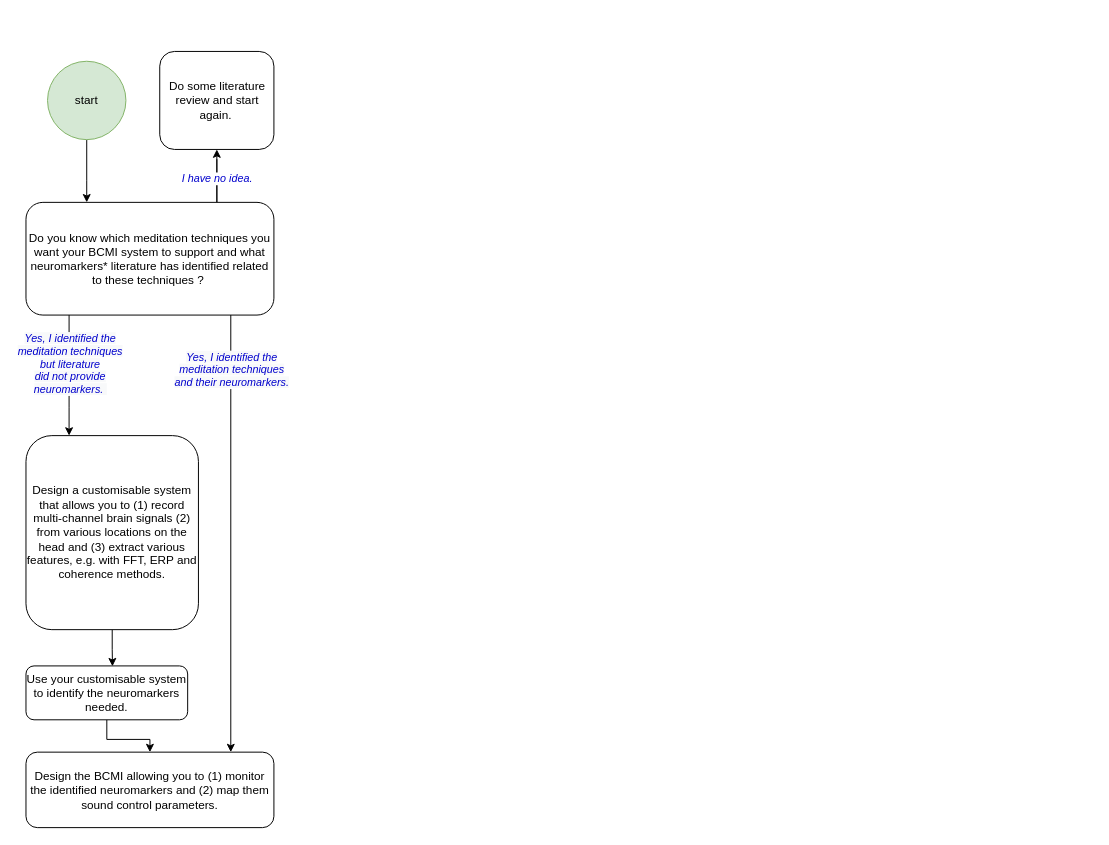
The draw.io diagram bcmi-design-recommendations-flowchart.drawio in khofstadter/bcmi-flowchart, before the edit. Source tidied: cells renumbered, new cells numbered last; positions are measured from the earlier drawing's top-left corner, leaving out a move shared by most shapes. Both pictures are drawn from the tidied source at 98%, with x=0, y=0 at pixel (25, 51).
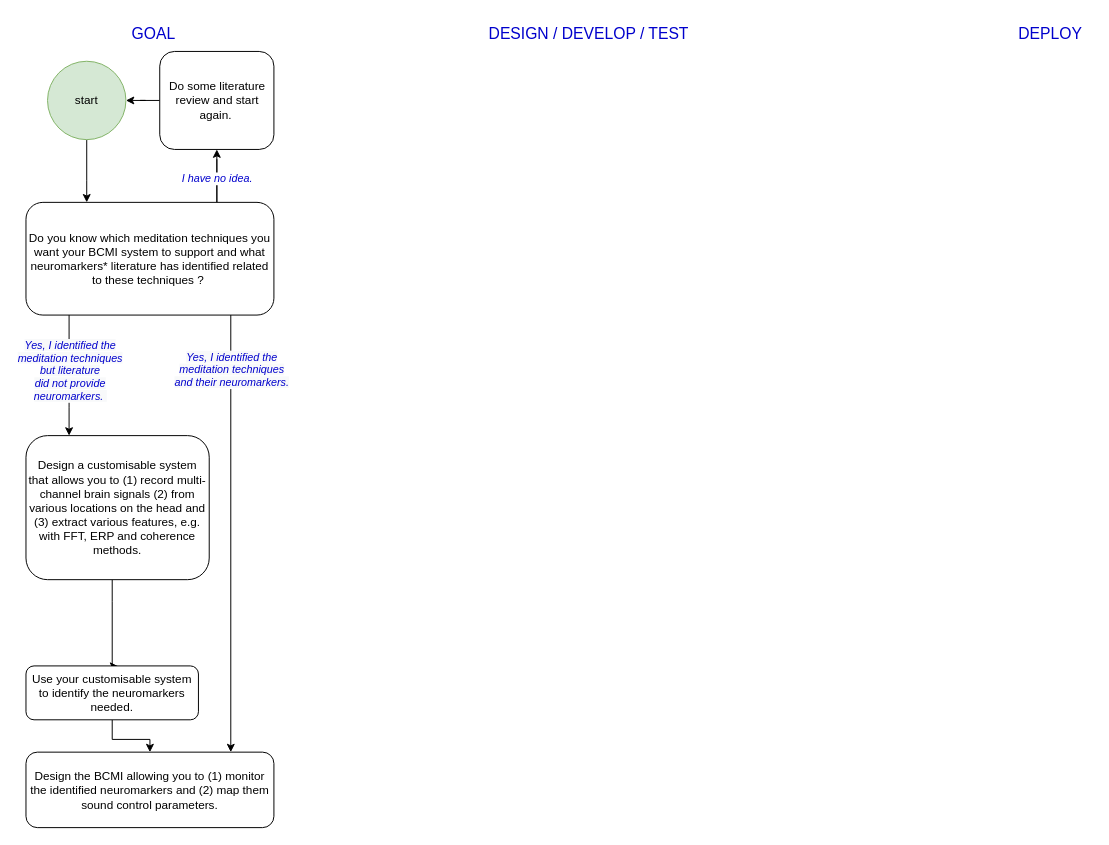
The same diagram, later.

Unchanged cells that the change refers to:
```xml
<mxCell id="3" value="start" style="ellipse;whiteSpace=wrap;html=1;fillColor=#d5e8d4;strokeColor=#82b366;" parent="1" vertex="1">
  <mxGeometry x="22" y="10" width="80" height="80" as="geometry" />
</mxCell>
<mxCell id="6" style="edgeStyle=orthogonalEdgeStyle;rounded=0;jettySize=auto;html=1;fontColor=#0000CC;" parent="1" edge="1" source="10" target="13">
  <mxGeometry relative="1" as="geometry">
    <Array as="points">
      <mxPoint x="44" y="363" />
      <mxPoint x="44" y="363" />
    </Array>
  </mxGeometry>
</mxCell>
<mxCell id="11" value="Do some literature review and start again.&amp;nbsp;" style="rounded=1;whiteSpace=wrap;html=1;shadow=0;glass=0;sketch=0;" parent="1" vertex="1">
  <mxGeometry x="136.5" width="116.5" height="100" as="geometry" />
</mxCell>
```

The edit, as a diff of the source:
```diff
@@
     <mxCell id="7" value="&lt;i style=&quot;background-color: rgb(248, 249, 250); color: rgb(0, 0, 0);&quot;&gt;&lt;font color=&quot;#0000cc&quot;&gt;Yes, I identified the &lt;br&gt;meditation techniques&lt;br&gt;but literature &lt;br&gt;did not provide &lt;br&gt;neuromarkers.&amp;nbsp;&lt;/font&gt;&lt;/i&gt;" style="edgeLabel;html=1;align=center;verticalAlign=middle;fontColor=#0000CC;" parent="6" vertex="1">
       <mxGeometry x="-0.31" relative="1" as="geometry">
-        <mxPoint y="7" as="offset" />
+        <mxPoint y="14" as="offset" />
       </mxGeometry>
     </mxCell>
@@
+    <mxCell id="18" style="edgeStyle=orthogonalEdgeStyle;rounded=0;jettySize=auto;html=1;fontColor=#0000CC;" parent="1" edge="1" source="11" target="3">
+      <mxGeometry relative="1" as="geometry" />
+    </mxCell>
@@
     <mxCell id="12" style="edgeStyle=orthogonalEdgeStyle;rounded=0;jettySize=auto;html=1;entryX=0.535;entryY=0.007;entryDx=0;entryDy=0;entryPerimeter=0;fontColor=#0000CC;" parent="1" edge="1" source="13" target="16">
-      <mxGeometry relative="1" as="geometry" />
+      <mxGeometry relative="1" as="geometry">
+        <Array as="points">
+          <mxPoint x="88" y="561" />
+          <mxPoint x="88" y="561" />
+        </Array>
+      </mxGeometry>
     </mxCell>
     <mxCell id="13" value="Design a customisable system that allows you to (1) record multi-channel brain signals (2) from various locations on the head and (3) extract various features, e.g. with FFT, ERP and coherence methods." style="rounded=1;whiteSpace=wrap;html=1;shadow=0;glass=0;sketch=0;" parent="1" vertex="1">
-      <mxGeometry y="392" width="176" height="198" as="geometry" />
+      <mxGeometry y="392" width="187" height="147" as="geometry" />
     </mxCell>
@@
     <mxCell id="16" value="Use your customisable system to identify the neuromarkers needed." style="whiteSpace=wrap;html=1;strokeWidth=1;rounded=1;" parent="1" vertex="1">
-      <mxGeometry y="627" width="165" height="55" as="geometry" />
+      <mxGeometry y="627" width="176" height="55" as="geometry" />
     </mxCell>
@@
+    <mxCell id="19" value="&lt;font style=&quot;font-size: 16px;&quot;&gt;GOAL&lt;/font&gt;" style="text;html=1;align=center;verticalAlign=middle;strokeColor=none;fillColor=none;fontColor=#0000CC;" parent="1" vertex="1">
+      <mxGeometry x="97" y="-35" width="66" height="33" as="geometry" />
+    </mxCell>
+    <mxCell id="20" value="&lt;font style=&quot;font-size: 16px;&quot;&gt;DESIGN / DEVELOP / TEST&lt;/font&gt;" style="text;html=1;align=center;verticalAlign=middle;strokeColor=none;fillColor=none;fontColor=#0000CC;" parent="1" vertex="1">
+      <mxGeometry x="458" y="-35" width="231" height="33" as="geometry" />
+    </mxCell>
+    <mxCell id="21" value="&lt;font style=&quot;font-size: 16px;&quot;&gt;DEPLOY&lt;/font&gt;" style="text;html=1;align=center;verticalAlign=middle;strokeColor=none;fillColor=none;fontColor=#0000CC;" parent="1" vertex="1">
+      <mxGeometry x="1001" y="-35" width="88" height="33" as="geometry" />
+    </mxCell>
```
